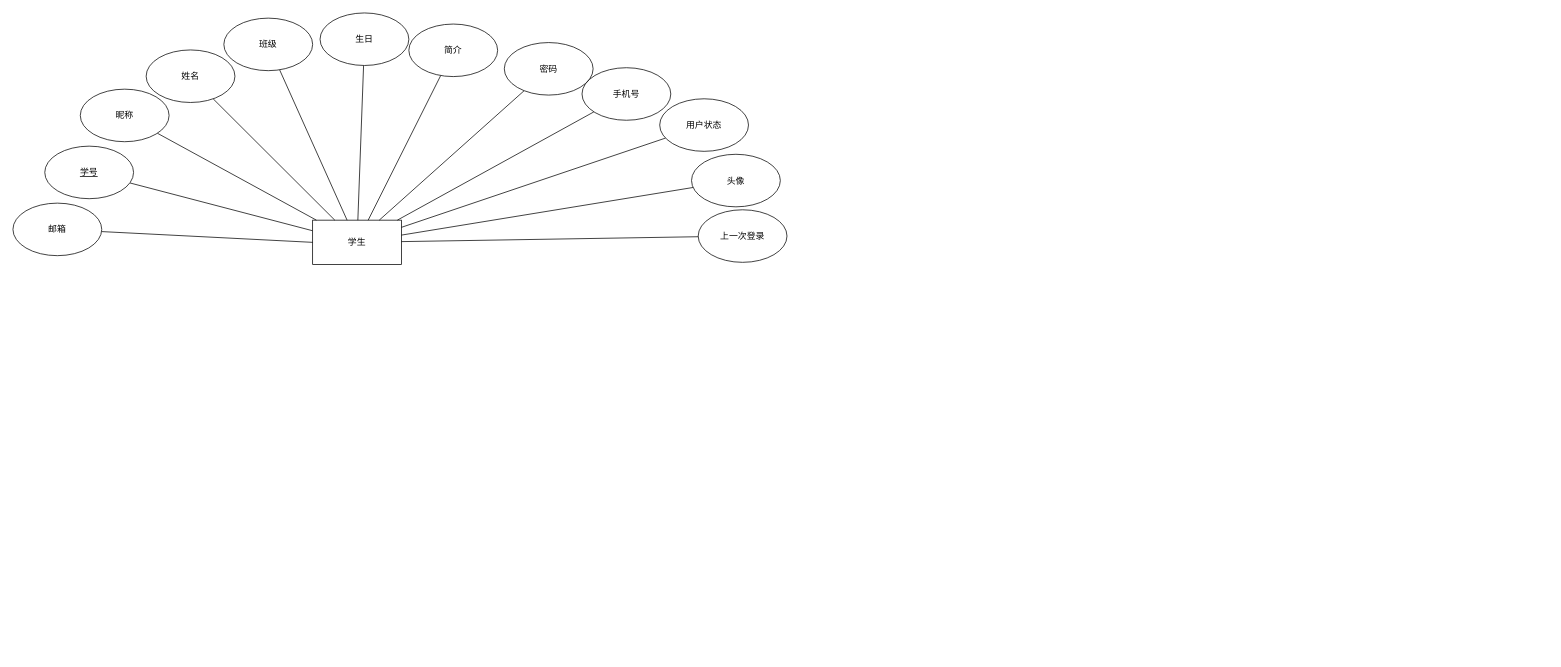
Before: 未命名绘图.drawio in Wishlove09/drawio, a draw.io diagram. Source tidied: cells renumbered, new cells numbered last; positions are measured from the earlier drawing's top-left corner, leaving out a move shared by most shapes. Both pictures are drawn from the tidied source at 74%, with x=0, y=0 at pixel (13, 13).
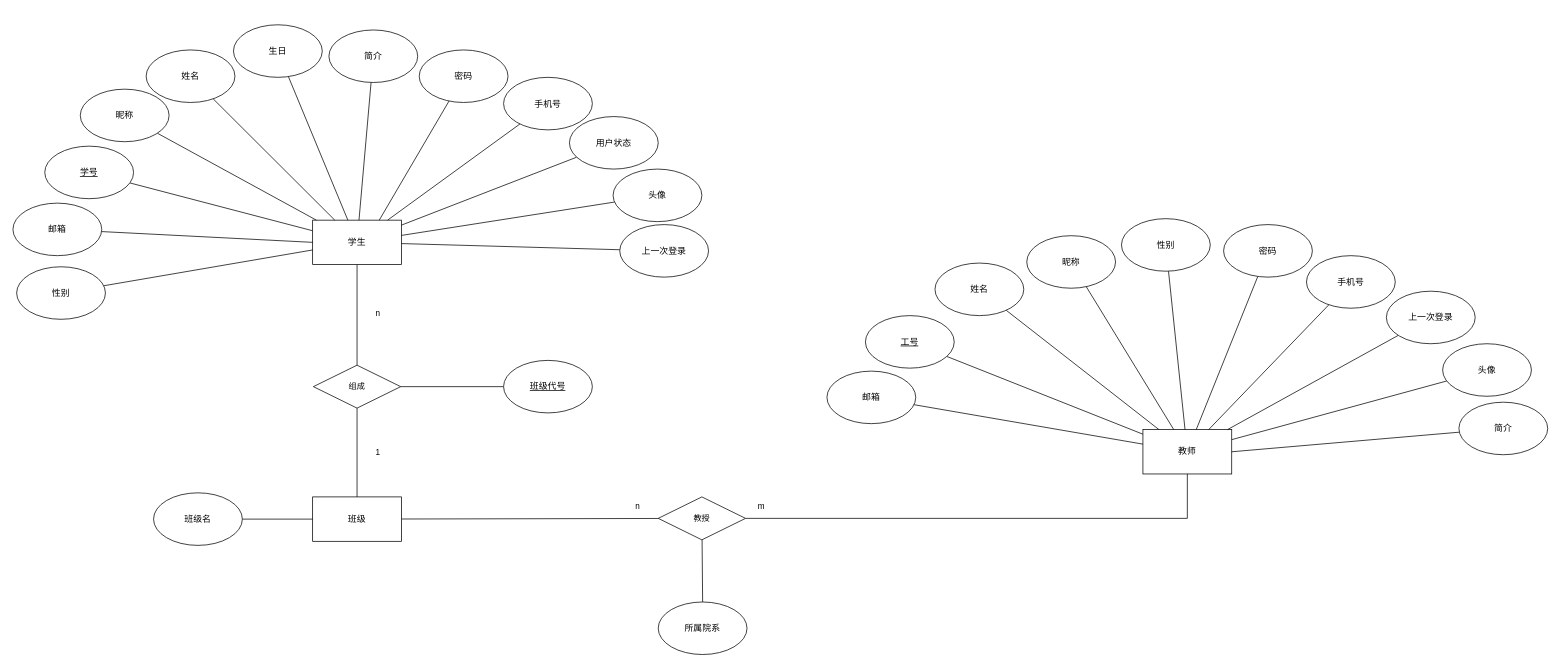
After the change.

Commit message (it also covers changes not shown here):
更新未命名绘图.drawio

Unchanged cells that the change refers to:
```xml
<mxCell id="4" value="学生" style="rounded=0;whiteSpace=wrap;html=1;" parent="1" vertex="1">
  <mxGeometry x="405" y="280" width="120" height="60" as="geometry" />
</mxCell>
```

The edit, as a diff of the source:
```diff
@@
+    <mxCell id="27" style="edgeStyle=none;shape=connector;rounded=0;jettySize=auto;html=1;entryX=0.5;entryY=0;entryDx=0;entryDy=0;labelBackgroundColor=default;strokeColor=default;align=center;verticalAlign=middle;fontFamily=Helvetica;fontSize=11;fontColor=default;endArrow=none;endFill=0;" parent="1" edge="1" source="4" target="30">
+      <mxGeometry relative="1" as="geometry" />
+    </mxCell>
@@
-    <mxCell id="9" style="edgeStyle=none;shape=connector;rounded=0;jettySize=auto;html=1;labelBackgroundColor=default;strokeColor=default;align=center;verticalAlign=middle;fontFamily=Helvetica;fontSize=11;fontColor=default;endArrow=none;endFill=0;" parent="1" edge="1" source="10" target="4">
-      <mxGeometry relative="1" as="geometry" />
-    </mxCell>
-    <mxCell id="10" value="班级" style="ellipse;whiteSpace=wrap;html=1;" parent="1" vertex="1">
-      <mxGeometry x="285" y="7" width="120" height="71" as="geometry" />
-    </mxCell>
@@
     <mxCell id="12" value="生日" style="ellipse;whiteSpace=wrap;html=1;" parent="1" vertex="1">
-      <mxGeometry x="415" width="120" height="71" as="geometry" />
+      <mxGeometry x="298" y="16" width="120" height="71" as="geometry" />
     </mxCell>
@@
     <mxCell id="14" value="简介" style="ellipse;whiteSpace=wrap;html=1;" parent="1" vertex="1">
-      <mxGeometry x="535" y="15" width="120" height="71" as="geometry" />
+      <mxGeometry x="427" y="23" width="120" height="71" as="geometry" />
     </mxCell>
@@
     <mxCell id="16" value="密码" style="ellipse;whiteSpace=wrap;html=1;" parent="1" vertex="1">
-      <mxGeometry x="664" y="40" width="120" height="71" as="geometry" />
+      <mxGeometry x="549" y="50" width="120" height="71" as="geometry" />
     </mxCell>
@@
     <mxCell id="18" value="手机号" style="ellipse;whiteSpace=wrap;html=1;" parent="1" vertex="1">
-      <mxGeometry x="769" y="74" width="120" height="71" as="geometry" />
+      <mxGeometry x="663" y="87" width="120" height="71" as="geometry" />
     </mxCell>
@@
     <mxCell id="20" value="用户状态" style="ellipse;whiteSpace=wrap;html=1;" parent="1" vertex="1">
-      <mxGeometry x="874" y="116" width="120" height="71" as="geometry" />
+      <mxGeometry x="752" y="140" width="120" height="71" as="geometry" />
     </mxCell>
@@
     <mxCell id="22" value="头像" style="ellipse;whiteSpace=wrap;html=1;" parent="1" vertex="1">
-      <mxGeometry x="917" y="191" width="120" height="71" as="geometry" />
+      <mxGeometry x="811" y="211" width="120" height="71" as="geometry" />
     </mxCell>
@@
     <mxCell id="26" value="上一次登录" style="ellipse;whiteSpace=wrap;html=1;" parent="1" vertex="1">
-      <mxGeometry x="926" y="266" width="120" height="71" as="geometry" />
+      <mxGeometry x="820" y="286" width="120" height="71" as="geometry" />
     </mxCell>
+    <mxCell id="28" style="edgeStyle=none;shape=connector;rounded=0;jettySize=auto;html=1;labelBackgroundColor=default;strokeColor=default;align=center;verticalAlign=middle;fontFamily=Helvetica;fontSize=11;fontColor=default;endArrow=none;endFill=0;" parent="1" edge="1" source="10" target="62">
+      <mxGeometry relative="1" as="geometry" />
+    </mxCell>
+    <mxCell id="10" value="班级" style="rounded=0;whiteSpace=wrap;html=1;" parent="1" vertex="1">
+      <mxGeometry x="405" y="654" width="120" height="60" as="geometry" />
+    </mxCell>
+    <mxCell id="29" style="edgeStyle=none;shape=connector;rounded=0;jettySize=auto;html=1;labelBackgroundColor=default;strokeColor=default;align=center;verticalAlign=middle;fontFamily=Helvetica;fontSize=11;fontColor=default;endArrow=none;endFill=0;" parent="1" edge="1" source="30" target="10">
+      <mxGeometry relative="1" as="geometry" />
+    </mxCell>
+    <mxCell id="30" value="组成" style="rhombus;whiteSpace=wrap;html=1;fontFamily=Helvetica;fontSize=11;fontColor=default;" parent="1" vertex="1">
+      <mxGeometry x="406" y="476" width="118" height="58" as="geometry" />
+    </mxCell>
+    <mxCell id="31" value="1" style="text;html=1;align=center;verticalAlign=middle;strokeColor=none;fillColor=none;fontSize=11;fontFamily=Helvetica;fontColor=default;" parent="1" vertex="1">
+      <mxGeometry x="481" y="581" width="24" height="25" as="geometry" />
+    </mxCell>
+    <mxCell id="32" value="n" style="text;html=1;align=center;verticalAlign=middle;strokeColor=none;fillColor=none;fontSize=11;fontFamily=Helvetica;fontColor=default;" parent="1" vertex="1">
+      <mxGeometry x="481" y="393" width="24" height="25" as="geometry" />
+    </mxCell>
+    <mxCell id="33" style="edgeStyle=none;shape=connector;rounded=0;jettySize=auto;html=1;labelBackgroundColor=default;strokeColor=default;align=center;verticalAlign=middle;fontFamily=Helvetica;fontSize=11;fontColor=default;endArrow=none;endFill=0;" parent="1" edge="1" source="34" target="10">
+      <mxGeometry relative="1" as="geometry" />
+    </mxCell>
+    <mxCell id="34" value="班级名" style="ellipse;whiteSpace=wrap;html=1;" parent="1" vertex="1">
+      <mxGeometry x="190" y="648.5" width="120" height="71" as="geometry" />
+    </mxCell>
+    <mxCell id="35" style="edgeStyle=none;shape=connector;rounded=0;jettySize=auto;html=1;entryX=1;entryY=0.5;entryDx=0;entryDy=0;labelBackgroundColor=default;strokeColor=default;align=center;verticalAlign=middle;fontFamily=Helvetica;fontSize=11;fontColor=default;endArrow=none;endFill=0;" parent="1" edge="1" source="36" target="30">
+      <mxGeometry relative="1" as="geometry" />
+    </mxCell>
+    <mxCell id="36" value="&lt;u&gt;班级代号&lt;/u&gt;" style="ellipse;whiteSpace=wrap;html=1;" parent="1" vertex="1">
+      <mxGeometry x="663" y="469.5" width="120" height="71" as="geometry" />
+    </mxCell>
+    <mxCell id="37" value="教师" style="rounded=0;whiteSpace=wrap;html=1;" parent="1" vertex="1">
+      <mxGeometry x="1527" y="563" width="120" height="60" as="geometry" />
+    </mxCell>
+    <mxCell id="38" style="edgeStyle=none;shape=connector;rounded=0;jettySize=auto;html=1;labelBackgroundColor=default;strokeColor=default;align=center;verticalAlign=middle;fontFamily=Helvetica;fontSize=11;fontColor=default;endArrow=none;endFill=0;" parent="1" edge="1" source="39" target="37">
+      <mxGeometry relative="1" as="geometry" />
+    </mxCell>
+    <mxCell id="39" value="&lt;span&gt;&lt;u&gt;工号&lt;/u&gt;&lt;/span&gt;" style="ellipse;whiteSpace=wrap;html=1;fontStyle=0;" parent="1" vertex="1">
+      <mxGeometry x="1152" y="409" width="120" height="71" as="geometry" />
+    </mxCell>
+    <mxCell id="40" style="edgeStyle=none;shape=connector;rounded=0;jettySize=auto;html=1;labelBackgroundColor=default;strokeColor=default;align=center;verticalAlign=middle;fontFamily=Helvetica;fontSize=11;fontColor=default;endArrow=none;endFill=0;" parent="1" edge="1" source="41" target="37">
+      <mxGeometry relative="1" as="geometry" />
+    </mxCell>
+    <mxCell id="41" value="姓名" style="ellipse;whiteSpace=wrap;html=1;" parent="1" vertex="1">
+      <mxGeometry x="1246" y="338" width="120" height="71" as="geometry" />
+    </mxCell>
+    <mxCell id="42" style="edgeStyle=none;shape=connector;rounded=0;jettySize=auto;html=1;labelBackgroundColor=default;strokeColor=default;align=center;verticalAlign=middle;fontFamily=Helvetica;fontSize=11;fontColor=default;endArrow=none;endFill=0;" parent="1" edge="1" source="43" target="37">
+      <mxGeometry relative="1" as="geometry" />
+    </mxCell>
+    <mxCell id="43" value="昵称" style="ellipse;whiteSpace=wrap;html=1;" parent="1" vertex="1">
+      <mxGeometry x="1370" y="301" width="120" height="71" as="geometry" />
+    </mxCell>
+    <mxCell id="44" style="edgeStyle=none;shape=connector;rounded=0;jettySize=auto;html=1;labelBackgroundColor=default;strokeColor=default;align=center;verticalAlign=middle;fontFamily=Helvetica;fontSize=11;fontColor=default;endArrow=none;endFill=0;" parent="1" edge="1" source="45" target="37">
+      <mxGeometry relative="1" as="geometry" />
+    </mxCell>
+    <mxCell id="45" value="性别" style="ellipse;whiteSpace=wrap;html=1;" parent="1" vertex="1">
+      <mxGeometry x="1498" y="278" width="120" height="71" as="geometry" />
+    </mxCell>
+    <mxCell id="46" style="edgeStyle=none;shape=connector;rounded=0;jettySize=auto;html=1;labelBackgroundColor=default;strokeColor=default;align=center;verticalAlign=middle;fontFamily=Helvetica;fontSize=11;fontColor=default;endArrow=none;endFill=0;" parent="1" edge="1" source="47" target="4">
+      <mxGeometry relative="1" as="geometry" />
+    </mxCell>
+    <mxCell id="47" value="性别" style="ellipse;whiteSpace=wrap;html=1;" parent="1" vertex="1">
+      <mxGeometry x="5" y="343" width="120" height="71" as="geometry" />
+    </mxCell>
+    <mxCell id="48" style="edgeStyle=none;shape=connector;rounded=0;jettySize=auto;html=1;labelBackgroundColor=default;strokeColor=default;align=center;verticalAlign=middle;fontFamily=Helvetica;fontSize=11;fontColor=default;endArrow=none;endFill=0;" parent="1" edge="1" source="49" target="37">
+      <mxGeometry relative="1" as="geometry" />
+    </mxCell>
+    <mxCell id="49" value="密码" style="ellipse;whiteSpace=wrap;html=1;" parent="1" vertex="1">
+      <mxGeometry x="1636" y="286" width="120" height="71" as="geometry" />
+    </mxCell>
+    <mxCell id="50" style="edgeStyle=none;shape=connector;rounded=0;jettySize=auto;html=1;labelBackgroundColor=default;strokeColor=default;align=center;verticalAlign=middle;fontFamily=Helvetica;fontSize=11;fontColor=default;endArrow=none;endFill=0;" parent="1" edge="1" source="51" target="37">
+      <mxGeometry relative="1" as="geometry" />
+    </mxCell>
+    <mxCell id="51" value="手机号" style="ellipse;whiteSpace=wrap;html=1;" parent="1" vertex="1">
+      <mxGeometry x="1748" y="328" width="120" height="71" as="geometry" />
+    </mxCell>
+    <mxCell id="52" style="edgeStyle=none;shape=connector;rounded=0;jettySize=auto;html=1;labelBackgroundColor=default;strokeColor=default;align=center;verticalAlign=middle;fontFamily=Helvetica;fontSize=11;fontColor=default;endArrow=none;endFill=0;" parent="1" edge="1" source="53" target="37">
+      <mxGeometry relative="1" as="geometry" />
+    </mxCell>
+    <mxCell id="53" value="上一次登录" style="ellipse;whiteSpace=wrap;html=1;" parent="1" vertex="1">
+      <mxGeometry x="1856" y="376" width="120" height="71" as="geometry" />
+    </mxCell>
+    <mxCell id="54" style="edgeStyle=none;shape=connector;rounded=0;jettySize=auto;html=1;labelBackgroundColor=default;strokeColor=default;align=center;verticalAlign=middle;fontFamily=Helvetica;fontSize=11;fontColor=default;endArrow=none;endFill=0;" parent="1" edge="1" source="55" target="37">
+      <mxGeometry relative="1" as="geometry" />
+    </mxCell>
+    <mxCell id="55" value="头像" style="ellipse;whiteSpace=wrap;html=1;" parent="1" vertex="1">
+      <mxGeometry x="1932" y="447" width="120" height="71" as="geometry" />
+    </mxCell>
+    <mxCell id="56" style="edgeStyle=none;shape=connector;rounded=0;jettySize=auto;html=1;entryX=1;entryY=0.5;entryDx=0;entryDy=0;labelBackgroundColor=default;strokeColor=default;align=center;verticalAlign=middle;fontFamily=Helvetica;fontSize=11;fontColor=default;endArrow=none;endFill=0;" parent="1" edge="1" source="57" target="37">
+      <mxGeometry relative="1" as="geometry" />
+    </mxCell>
+    <mxCell id="57" value="简介" style="ellipse;whiteSpace=wrap;html=1;" parent="1" vertex="1">
+      <mxGeometry x="1954" y="526" width="120" height="71" as="geometry" />
+    </mxCell>
+    <mxCell id="58" style="edgeStyle=none;shape=connector;rounded=0;jettySize=auto;html=1;labelBackgroundColor=default;strokeColor=default;align=center;verticalAlign=middle;fontFamily=Helvetica;fontSize=11;fontColor=default;endArrow=none;endFill=0;" parent="1" edge="1" source="59" target="37">
+      <mxGeometry relative="1" as="geometry" />
+    </mxCell>
+    <mxCell id="59" value="邮箱" style="ellipse;whiteSpace=wrap;html=1;" parent="1" vertex="1">
+      <mxGeometry x="1100" y="484" width="120" height="71" as="geometry" />
+    </mxCell>
+    <mxCell id="60" style="edgeStyle=orthogonalEdgeStyle;shape=connector;rounded=0;jettySize=auto;html=1;entryX=0.5;entryY=1;entryDx=0;entryDy=0;labelBackgroundColor=default;strokeColor=default;align=center;verticalAlign=middle;fontFamily=Helvetica;fontSize=11;fontColor=default;endArrow=none;endFill=0;" parent="1" edge="1" source="62" target="37">
+      <mxGeometry relative="1" as="geometry" />
+    </mxCell>
+    <mxCell id="61" style="edgeStyle=none;shape=connector;rounded=0;jettySize=auto;html=1;entryX=0.5;entryY=0;entryDx=0;entryDy=0;labelBackgroundColor=default;strokeColor=default;align=center;verticalAlign=middle;fontFamily=Helvetica;fontSize=11;fontColor=default;endArrow=none;endFill=0;" parent="1" edge="1" source="62" target="65">
+      <mxGeometry relative="1" as="geometry" />
+    </mxCell>
+    <mxCell id="62" value="教授" style="rhombus;whiteSpace=wrap;html=1;fontFamily=Helvetica;fontSize=11;fontColor=default;" parent="1" vertex="1">
+      <mxGeometry x="872" y="654" width="118" height="58" as="geometry" />
+    </mxCell>
+    <mxCell id="63" value="n" style="text;html=1;align=center;verticalAlign=middle;strokeColor=none;fillColor=none;fontSize=11;fontFamily=Helvetica;fontColor=default;" parent="1" vertex="1">
+      <mxGeometry x="832" y="654" width="24" height="25" as="geometry" />
+    </mxCell>
+    <mxCell id="64" value="m" style="text;html=1;align=center;verticalAlign=middle;strokeColor=none;fillColor=none;fontSize=11;fontFamily=Helvetica;fontColor=default;" parent="1" vertex="1">
+      <mxGeometry x="997" y="654" width="27" height="25" as="geometry" />
+    </mxCell>
+    <mxCell id="65" value="所属院系" style="ellipse;whiteSpace=wrap;html=1;" parent="1" vertex="1">
+      <mxGeometry x="872" y="796" width="120" height="71" as="geometry" />
+    </mxCell>
```
